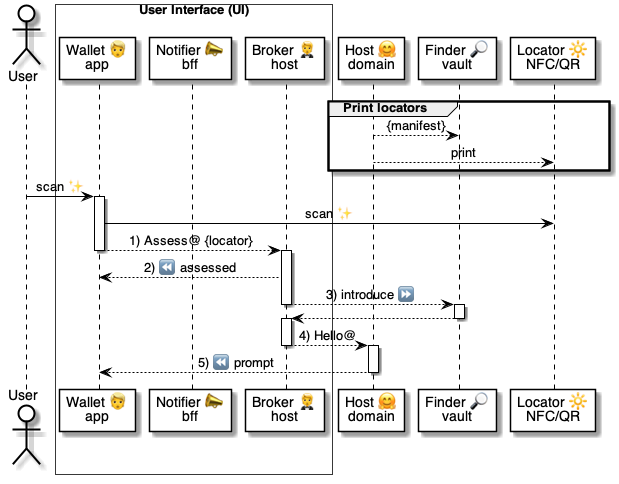
Earlier version of the PlantUML export 5 ⏩ Flows/90 🧑‍🦰👉 Wallets/15 👉🔆 Locators/.📎 Assets/⚙️ Host QR.png (pollyweb-org/pollyweb-docs). Its source is kept beside it as 5 ⏩ Flows/90 🧑‍🦰👉 Wallets/15 👉🔆 Locators/.📎 Assets/⚙️ Host QR.puml.
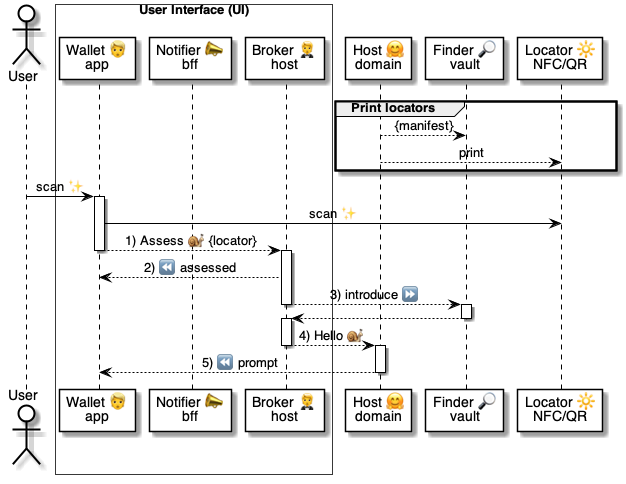
The same diagram one commit later.

Diff of the diagram source:
```diff
@@ -22,7 +22,7 @@
 
 activate wallet
     wallet -> qr: scan ✨
-    wallet --> broker: 1) Assess@ {locator}
+    wallet --> broker: 1) Assess 🐌 {locator}
 deactivate wallet
 
 activate broker
@@ -38,7 +38,7 @@
         activate broker
 
 
-    broker --> host:  4) Hello@
+    broker --> host:  4) Hello 🐌
 deactivate broker
 
 activate host
```
